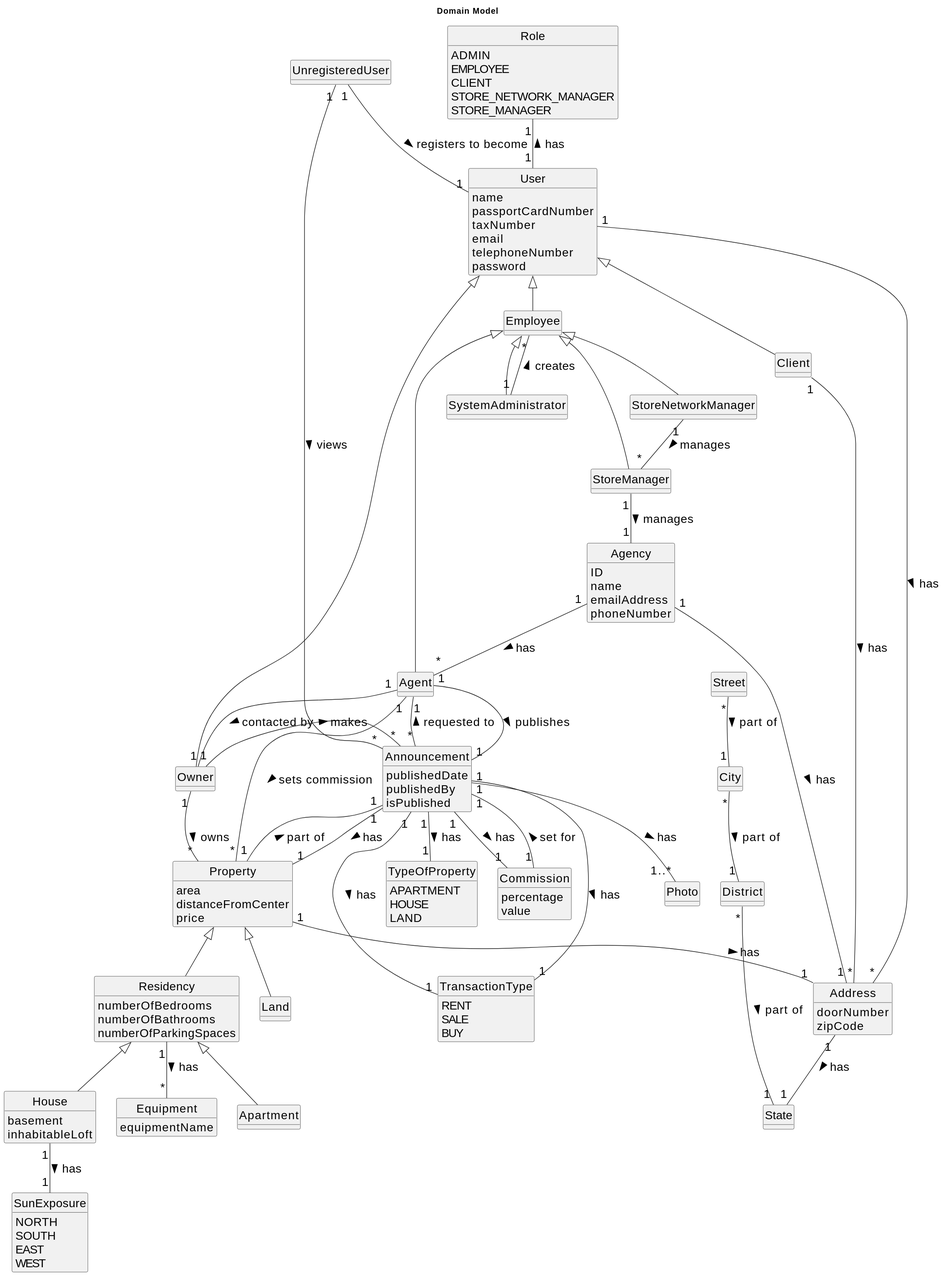
Above: docs/sprintB/global-artifacts/02.analysis/svg/project-domain-model.svg in Goncalves2525/real-estate-management-system (PlantUML), before the change. Source of this version:
```plantuml
@startuml
skinparamlocked defaultFontSize 20
skinparam monochrome true
skinparam packageStyle rectangle
skinparam shadowing false
skinparam classAttributeIconSize 0
hide circle
hide methods

title Domain Model

class Client extends User{
}

class Owner extends User {
}

class Employee extends User{
}

class Agent extends Employee{
}

class User{
    name
    passportCardNumber
    taxNumber
    email
    telephoneNumber
    password
}

class Agency{
    ID
    name
    emailAddress
    phoneNumber
}

class Property{
    area
    distanceFromCenter
    price
}

class Photo {
}

class Address{
    doorNumber
    zipCode
}

class Street{
}

class City{
}

class District{
}

class State{
}

class Apartment extends Residency{
}

class House extends Residency{
    basement
    inhabitableLoft
}

class Residency extends Property{
    numberOfBedrooms
    numberOfBathrooms
    numberOfParkingSpaces

}

class Announcement{
    publishedDate
    publishedBy
    isPublished
}

class Commission{
    percentage
    value
}

class TypeOfProperty{
    APARTMENT
    HOUSE
    LAND
}

class Land extends Property{
}

class Equipment{
    equipmentName
}

class Role{
ADMIN
EMPLOYEE
CLIENT
STORE_NETWORK_MANAGER
STORE_MANAGER
}

class SystemAdministrator extends Employee{
}

class StoreManager extends Employee{
}

class StoreNetworkManager extends Employee{
}

class SunExposure{
NORTH
SOUTH
EAST
WEST
}

class TransactionType{
RENT
SALE
BUY
}

class UnregisteredUser{
}


UnregisteredUser "1" -- "1" User : registers to become >
Agent "1" -- "1" Announcement: publishes >
Announcement "1" -- "1" TypeOfProperty: has >
StoreNetworkManager "1" -- "*" StoreManager: manages >
Agency "1" -- "*" Agent: has >
SystemAdministrator "1" -- "*" Employee: creates >
Role "1" -- "1" User: has <
Agent "1" -- "1" Owner : contacted by >
Agent "1" - "*" Property: sets commission >
Owner "1" -- "*" Property: owns >
Owner "1" - "*" Announcement: makes >
Announcement "*" -- "1" Agent: requested to >
Announcement "1" - "1" Property: has >
Announcement "1" -- "1" TransactionType: has >
Address "1" -- "1" State : has >
City "*" -- "1" District : part of >
Street "*" -- "1" City : part of >
District "*" --- "1" State : part of >
Client "1" -- "*" Address: has >
Announcement "1" -- "1..*" Photo: has >
Announcement "1" -- "1" Commission: set for <
Residency "1" -- "*" Equipment: has >
Announcement "1" -- "1" Property: part of <
User "1" -- "*" Address: has >
Property "1" -- "1" Address: has >
Announcement "1" -- "1" Commission : has >
StoreManager "1" -- "1" Agency: manages >
House "1" -- "1" SunExposure: has >
Announcement "1" --- "1" TransactionType: has >
Agency "1" -- "1" Address: has >
UnregisteredUser "1" -- "*" Announcement: views >
@enduml
```
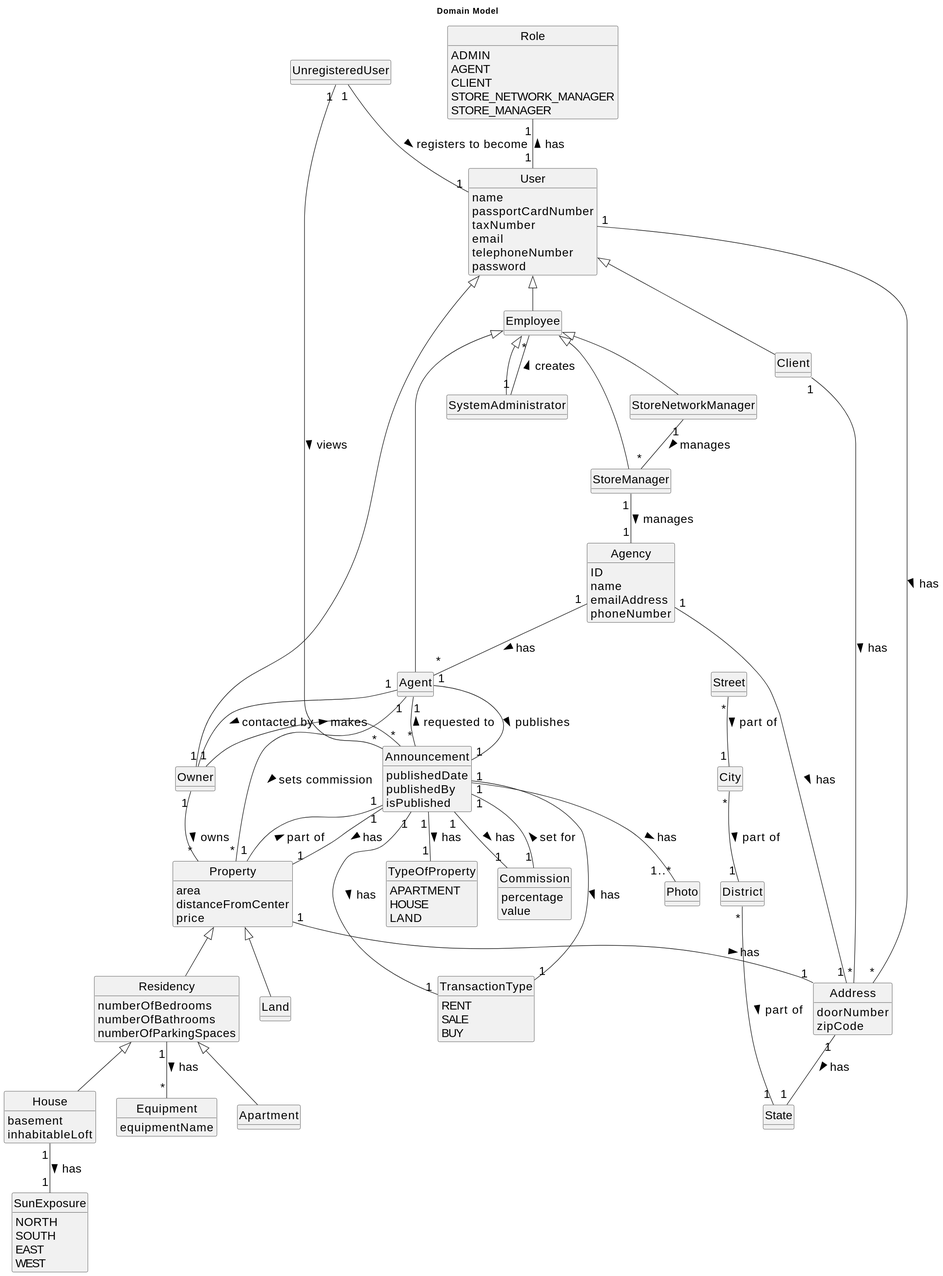
Later version of the same file.

The edit, as a diff of the source:
```diff
@@ -104,7 +104,7 @@
 
 class Role{
 ADMIN
-EMPLOYEE
+AGENT
 CLIENT
 STORE_NETWORK_MANAGER
 STORE_MANAGER
```
